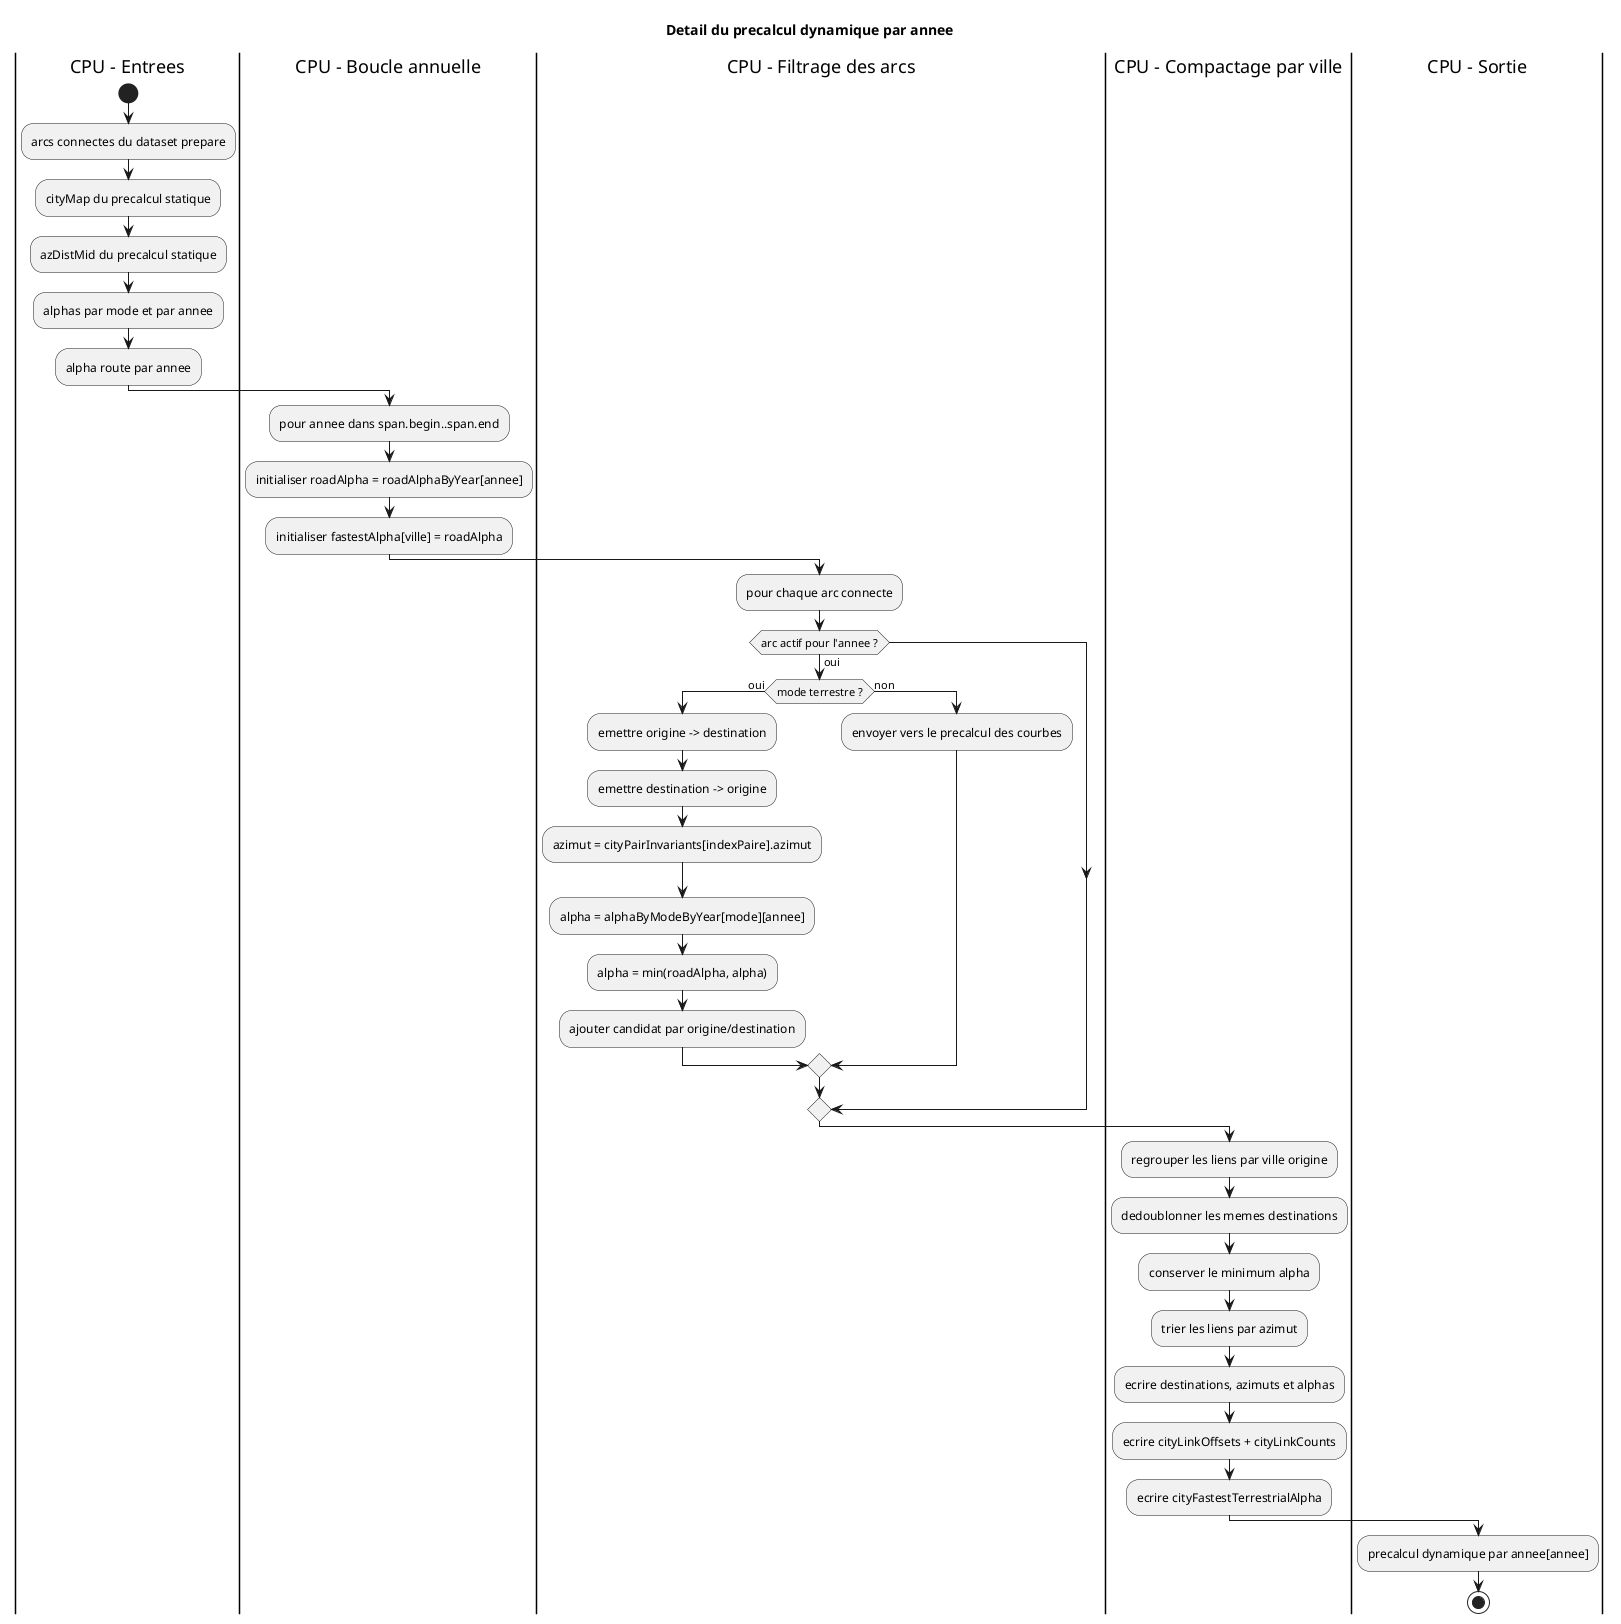
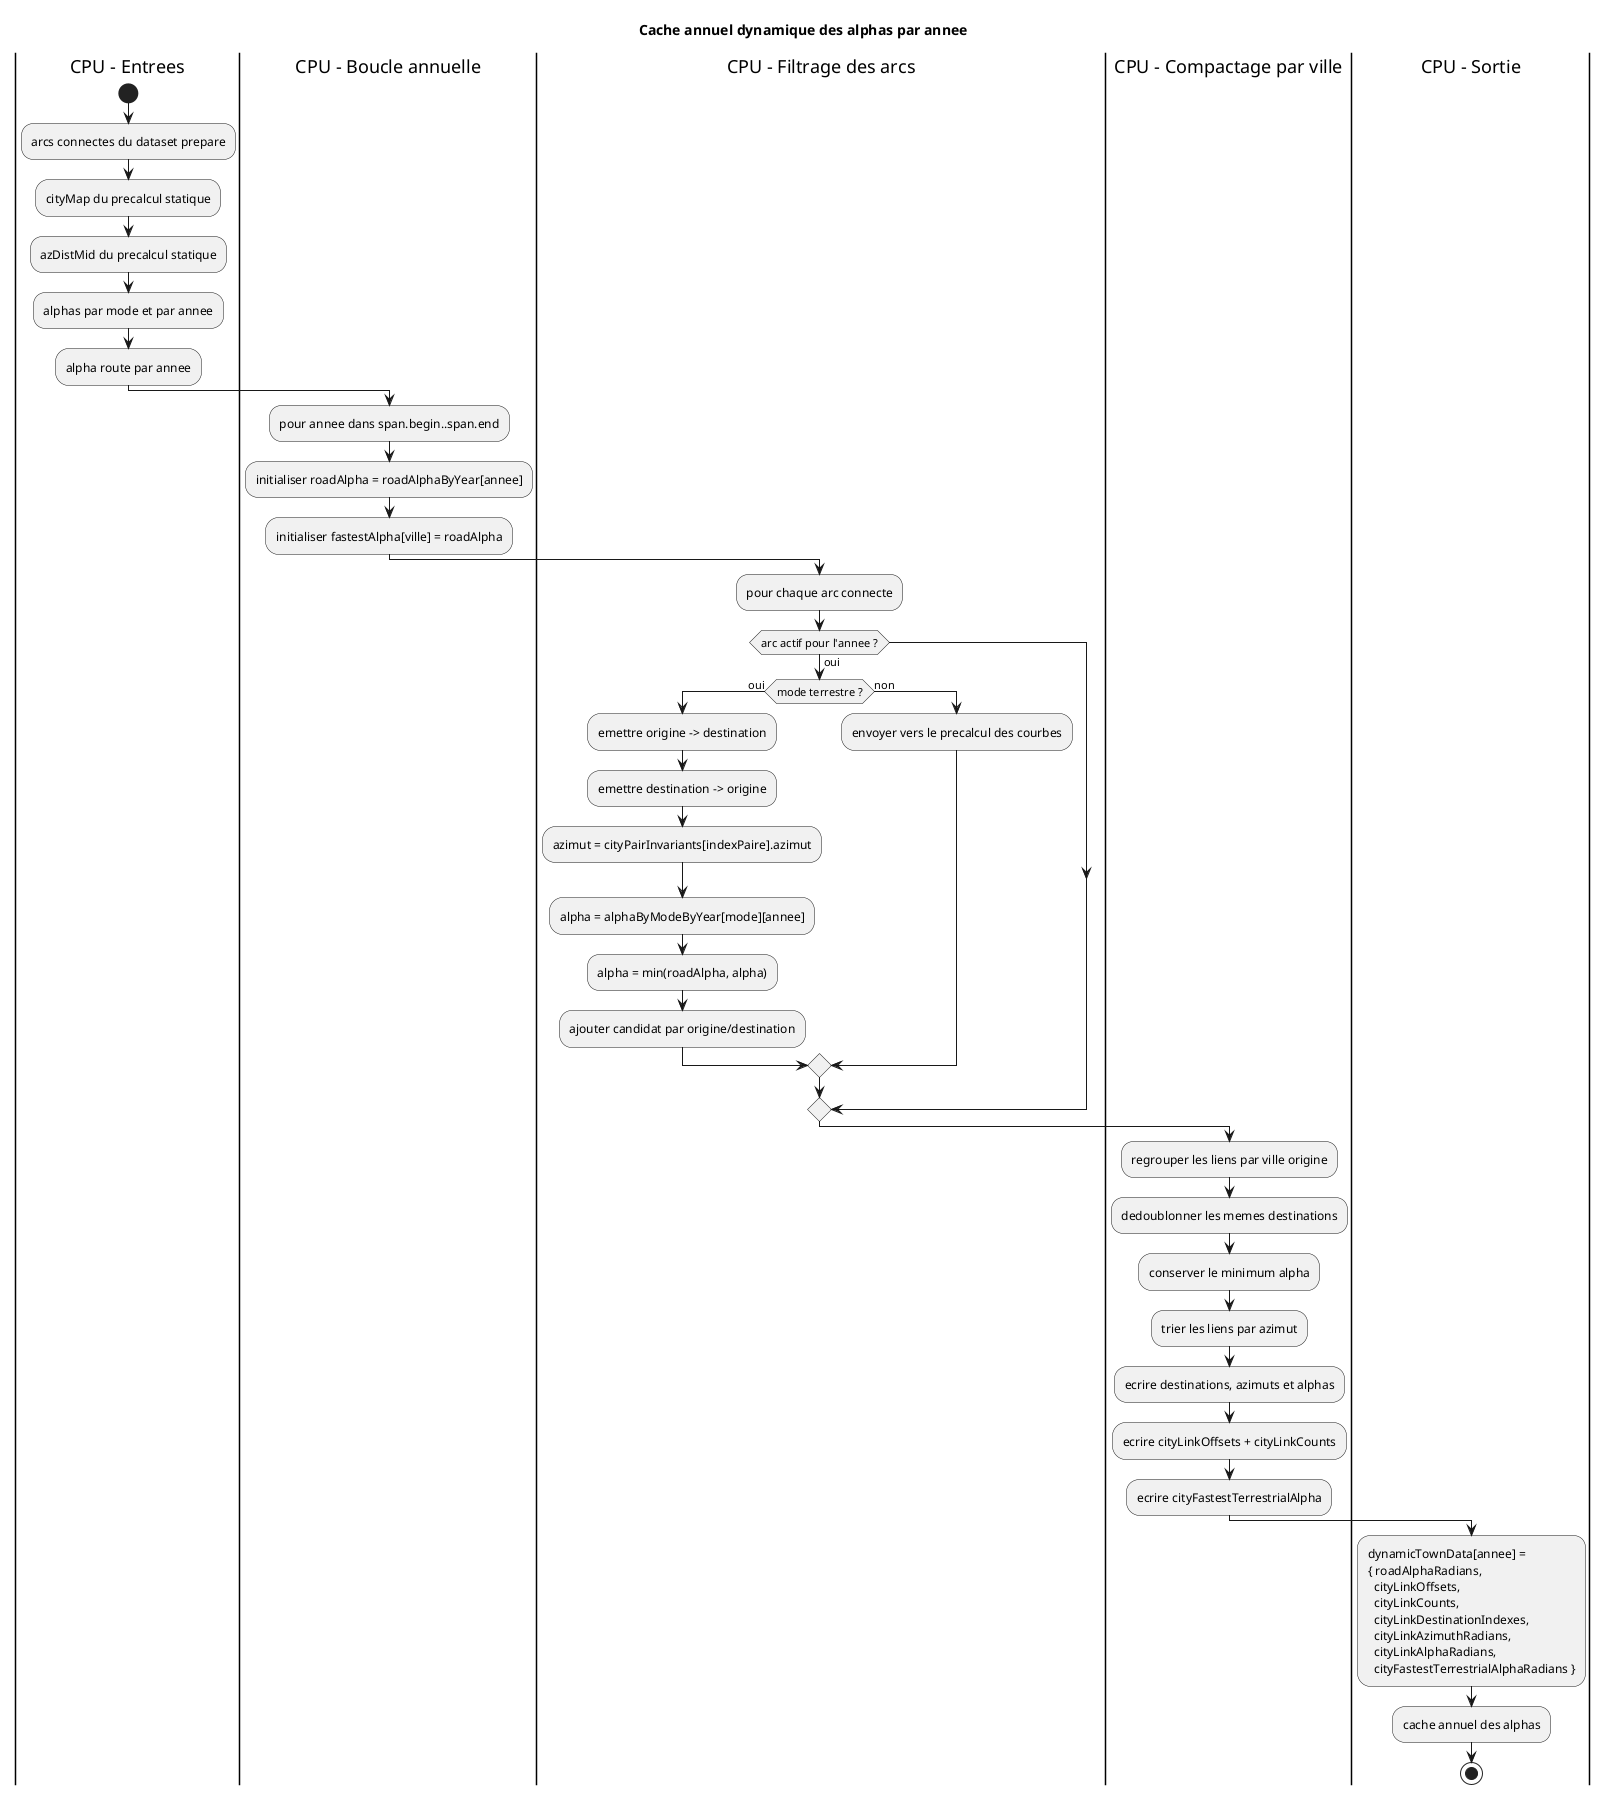
@startuml
- title Detail du precalcul dynamique par annee
+ title Cache annuel dynamique des alphas par annee

|CPU - Entrees|
start
:arcs connectes du dataset prepare;
:cityMap du precalcul statique;
:azDistMid du precalcul statique;
:alphas par mode et par annee;
:alpha route par annee;

|CPU - Boucle annuelle|
:pour annee dans span.begin..span.end;
:initialiser roadAlpha = roadAlphaByYear[annee];
:initialiser fastestAlpha[ville] = roadAlpha;

|CPU - Filtrage des arcs|
:pour chaque arc connecte;
if (arc actif pour l'annee ?) then (oui)
  if (mode terrestre ?) then (oui)
    :emettre origine -> destination;
    :emettre destination -> origine;
    :azimut = cityPairInvariants[indexPaire].azimut;
    :alpha = alphaByModeByYear[mode][annee];
    :alpha = min(roadAlpha, alpha);
    :ajouter candidat par origine/destination;
  else (non)
    :envoyer vers le precalcul des courbes;
  endif
endif

|CPU - Compactage par ville|
:regrouper les liens par ville origine;
:dedoublonner les memes destinations;
:conserver le minimum alpha;
:trier les liens par azimut;
:ecrire destinations, azimuts et alphas;
:ecrire cityLinkOffsets + cityLinkCounts;
:ecrire cityFastestTerrestrialAlpha;

|CPU - Sortie|
- :precalcul dynamique par annee[annee];
+ :dynamicTownData[annee] =\n{ roadAlphaRadians,\n  cityLinkOffsets,\n  cityLinkCounts,\n  cityLinkDestinationIndexes,\n  cityLinkAzimuthRadians,\n  cityLinkAlphaRadians,\n  cityFastestTerrestrialAlphaRadians };
+ :cache annuel des alphas;
stop
@enduml
